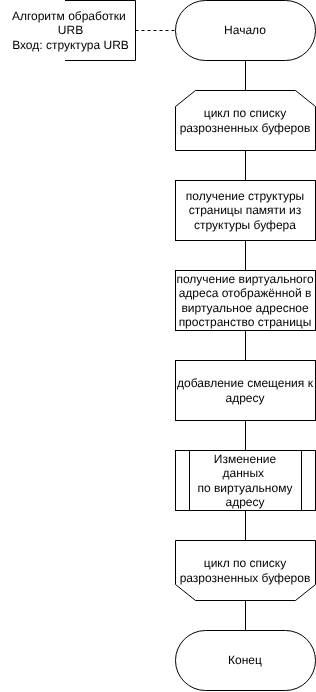
Before: report/inc/img/processurb.drawio.png, a diagram exported from draw.io (pitsmit/OS-Course-Project). Source tidied: cells renumbered, new cells last; positions are measured from the earlier drawing's top-left corner, leaving out a move shared by most shapes. The source it was exported from:
```xml
<mxGraphModel>
  <root>
    <mxCell id="0" />
    <mxCell id="1" parent="0" />
    <mxCell id="2" style="edgeStyle=none;html=1;entryX=0.5;entryY=0;entryDx=0;entryDy=0;endArrow=none;endFill=0;" parent="1" edge="1" source="3" target="8">
      <mxGeometry relative="1" as="geometry" />
    </mxCell>
    <mxCell id="3" value="Начало" style="rounded=1;whiteSpace=wrap;html=1;arcSize=50;" parent="1" vertex="1">
      <mxGeometry x="175" width="140" height="60" as="geometry" />
    </mxCell>
    <mxCell id="4" style="edgeStyle=none;html=1;entryX=0;entryY=0.5;entryDx=0;entryDy=0;dashed=1;endArrow=none;endFill=0;" parent="1" edge="1" source="5" target="3">
      <mxGeometry relative="1" as="geometry" />
    </mxCell>
    <mxCell id="5" style="shape=partialRectangle;whiteSpace=wrap;html=1;bottom=1;right=1;left=1;top=0;fillColor=none;routingCenterX=-0.5;direction=north;" parent="1" vertex="1">
      <mxGeometry x="65" width="70" height="60" as="geometry" />
    </mxCell>
    <mxCell id="6" value="Алгоритм обработки&amp;nbsp;&lt;div&gt;URB&lt;div&gt;Вход: структура URB&lt;/div&gt;&lt;/div&gt;" style="text;html=1;align=center;verticalAlign=middle;strokeColor=none;fillColor=none;" parent="1" vertex="1">
      <mxGeometry width="140" height="60" as="geometry" />
    </mxCell>
    <mxCell id="7" style="edgeStyle=none;html=1;entryX=0.5;entryY=0;entryDx=0;entryDy=0;endArrow=none;endFill=0;" parent="1" edge="1" source="8" target="10">
      <mxGeometry relative="1" as="geometry" />
    </mxCell>
    <mxCell id="8" value="цикл по списку разрозненных буферов" style="shape=loopLimit;whiteSpace=wrap;html=1;" parent="1" vertex="1">
      <mxGeometry x="175" y="90" width="140" height="60" as="geometry" />
    </mxCell>
    <mxCell id="9" style="edgeStyle=none;html=1;entryX=0.5;entryY=0;entryDx=0;entryDy=0;endArrow=none;endFill=0;" parent="1" edge="1" source="10" target="12">
      <mxGeometry relative="1" as="geometry" />
    </mxCell>
    <mxCell id="10" value="получение структуры страницы памяти из структуры буфера" style="rounded=0;whiteSpace=wrap;html=1;" parent="1" vertex="1">
      <mxGeometry x="175" y="180" width="140" height="60" as="geometry" />
    </mxCell>
    <mxCell id="11" style="edgeStyle=none;html=1;entryX=0.5;entryY=0;entryDx=0;entryDy=0;endArrow=none;endFill=0;" parent="1" edge="1" source="12" target="14">
      <mxGeometry relative="1" as="geometry" />
    </mxCell>
    <mxCell id="12" value="получение виртуального адреса отображённой в виртуальное адресное пространство страницы" style="rounded=0;whiteSpace=wrap;html=1;" parent="1" vertex="1">
      <mxGeometry x="175" y="270" width="140" height="60" as="geometry" />
    </mxCell>
    <mxCell id="13" style="edgeStyle=none;html=1;entryX=0.5;entryY=0;entryDx=0;entryDy=0;endArrow=none;endFill=0;" parent="1" edge="1" source="14" target="19">
      <mxGeometry relative="1" as="geometry" />
    </mxCell>
    <mxCell id="14" value="добавление смещения к адресу" style="rounded=0;whiteSpace=wrap;html=1;" parent="1" vertex="1">
      <mxGeometry x="175" y="360" width="140" height="60" as="geometry" />
    </mxCell>
    <mxCell id="15" value="Конец" style="rounded=1;whiteSpace=wrap;html=1;arcSize=50;" parent="1" vertex="1">
      <mxGeometry x="175" y="630" width="140" height="60" as="geometry" />
    </mxCell>
    <mxCell id="16" style="edgeStyle=none;html=1;entryX=0.5;entryY=0;entryDx=0;entryDy=0;endArrow=none;endFill=0;" parent="1" edge="1" source="17" target="15">
      <mxGeometry relative="1" as="geometry" />
    </mxCell>
    <mxCell id="17" value="цикл по списку разрозненных буферов" style="shape=loopLimit;whiteSpace=wrap;html=1;direction=west;" parent="1" vertex="1">
      <mxGeometry x="175" y="540" width="140" height="60" as="geometry" />
    </mxCell>
    <mxCell id="18" style="edgeStyle=none;html=1;entryX=0.5;entryY=1;entryDx=0;entryDy=0;endArrow=none;endFill=0;" parent="1" edge="1" source="19" target="17">
      <mxGeometry relative="1" as="geometry" />
    </mxCell>
    <mxCell id="19" value="Изменение данных&amp;nbsp;&lt;div&gt;по виртуальному адресу&lt;/div&gt;" style="shape=process;whiteSpace=wrap;html=1;backgroundOutline=1;" parent="1" vertex="1">
      <mxGeometry x="175" y="450" width="140" height="60" as="geometry" />
    </mxCell>
  </root>
</mxGraphModel>
```
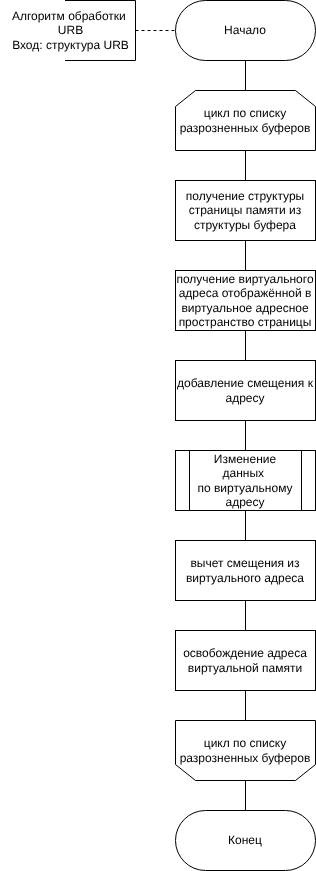
After the change.

Change to the diagram source:
```diff
@@ -42,19 +42,31 @@
       <mxGeometry x="175" y="360" width="140" height="60" as="geometry" />
     </mxCell>
     <mxCell id="15" value="Конец" style="rounded=1;whiteSpace=wrap;html=1;arcSize=50;" parent="1" vertex="1">
-      <mxGeometry x="175" y="630" width="140" height="60" as="geometry" />
+      <mxGeometry x="175" y="810" width="140" height="60" as="geometry" />
     </mxCell>
     <mxCell id="16" style="edgeStyle=none;html=1;entryX=0.5;entryY=0;entryDx=0;entryDy=0;endArrow=none;endFill=0;" parent="1" edge="1" source="17" target="15">
       <mxGeometry relative="1" as="geometry" />
     </mxCell>
     <mxCell id="17" value="цикл по списку разрозненных буферов" style="shape=loopLimit;whiteSpace=wrap;html=1;direction=west;" parent="1" vertex="1">
-      <mxGeometry x="175" y="540" width="140" height="60" as="geometry" />
+      <mxGeometry x="175" y="720" width="140" height="60" as="geometry" />
     </mxCell>
-    <mxCell id="18" style="edgeStyle=none;html=1;entryX=0.5;entryY=1;entryDx=0;entryDy=0;endArrow=none;endFill=0;" parent="1" edge="1" source="19" target="17">
-      <mxGeometry relative="1" as="geometry" />
-    </mxCell>
+    <mxCell id="20" style="edgeStyle=none;html=1;entryX=0.5;entryY=0;entryDx=0;entryDy=0;endArrow=none;endFill=0;" parent="1" edge="1" source="19" target="22">
+      <mxGeometry relative="1" as="geometry" />
+    </mxCell>
     <mxCell id="19" value="Изменение данных&amp;nbsp;&lt;div&gt;по виртуальному адресу&lt;/div&gt;" style="shape=process;whiteSpace=wrap;html=1;backgroundOutline=1;" parent="1" vertex="1">
       <mxGeometry x="175" y="450" width="140" height="60" as="geometry" />
     </mxCell>
+    <mxCell id="21" style="edgeStyle=none;html=1;entryX=0.5;entryY=0;entryDx=0;entryDy=0;endArrow=none;endFill=0;" parent="1" edge="1" source="22" target="24">
+      <mxGeometry relative="1" as="geometry" />
+    </mxCell>
+    <mxCell id="22" value="вычет смещения из&lt;div&gt;виртуального адреса&lt;/div&gt;" style="rounded=0;whiteSpace=wrap;html=1;" parent="1" vertex="1">
+      <mxGeometry x="175" y="540" width="140" height="60" as="geometry" />
+    </mxCell>
+    <mxCell id="23" style="edgeStyle=none;html=1;entryX=0.5;entryY=1;entryDx=0;entryDy=0;endArrow=none;endFill=0;" parent="1" edge="1" source="24" target="17">
+      <mxGeometry relative="1" as="geometry" />
+    </mxCell>
+    <mxCell id="24" value="освобождение адреса виртуальной памяти" style="rounded=0;whiteSpace=wrap;html=1;" parent="1" vertex="1">
+      <mxGeometry x="175" y="630" width="140" height="60" as="geometry" />
+    </mxCell>
   </root>
 </mxGraphModel>
```
